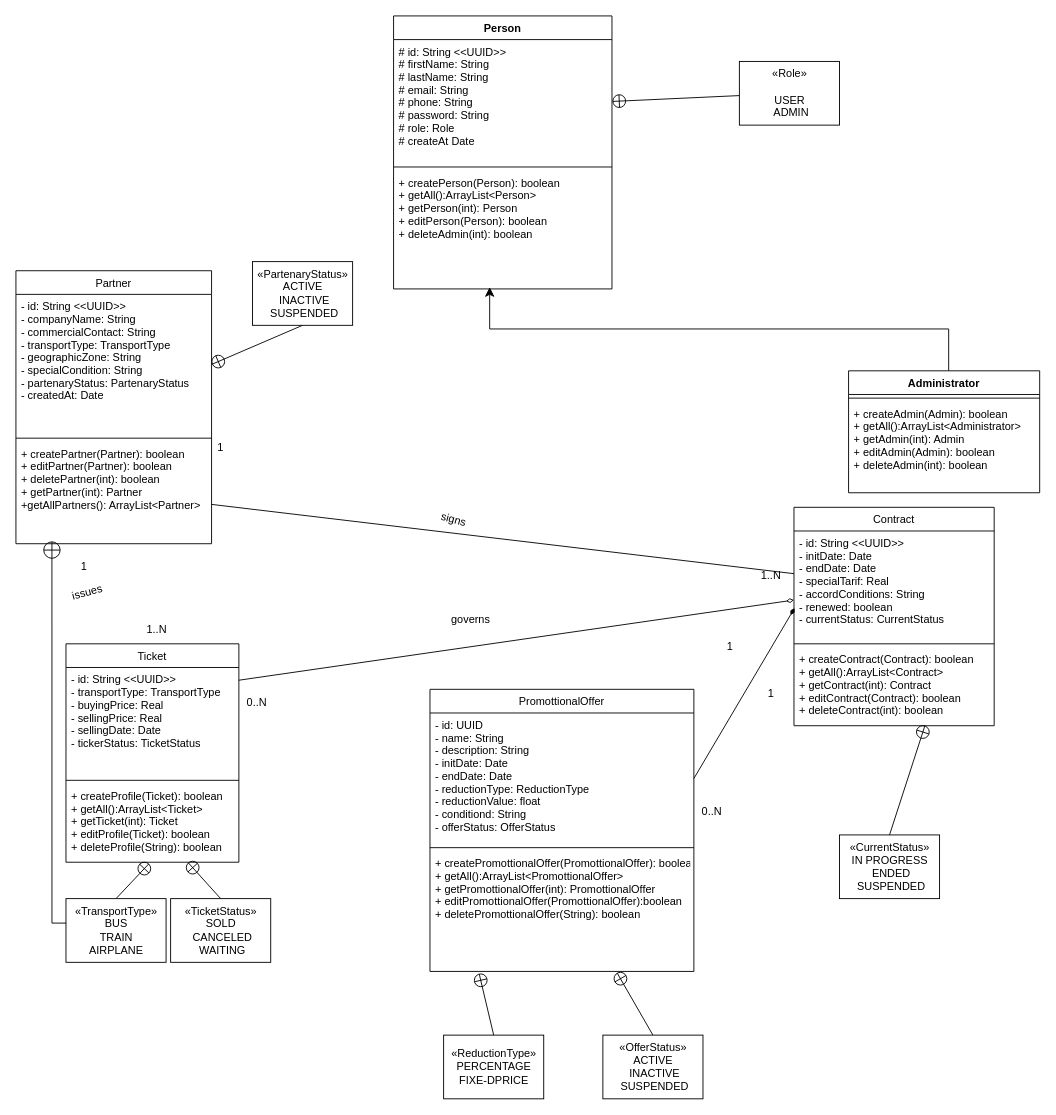
Before: UML/Class.dio in LoussalMohammed/TransportTicket_LoussalMohammed, a draw.io diagram. Source tidied: cells renumbered, new cells numbered last; positions are measured from the earlier drawing's top-left corner, leaving out a move shared by most shapes. Both pictures are drawn from the tidied source at 91%, with x=0, y=0 at pixel (15, 15).
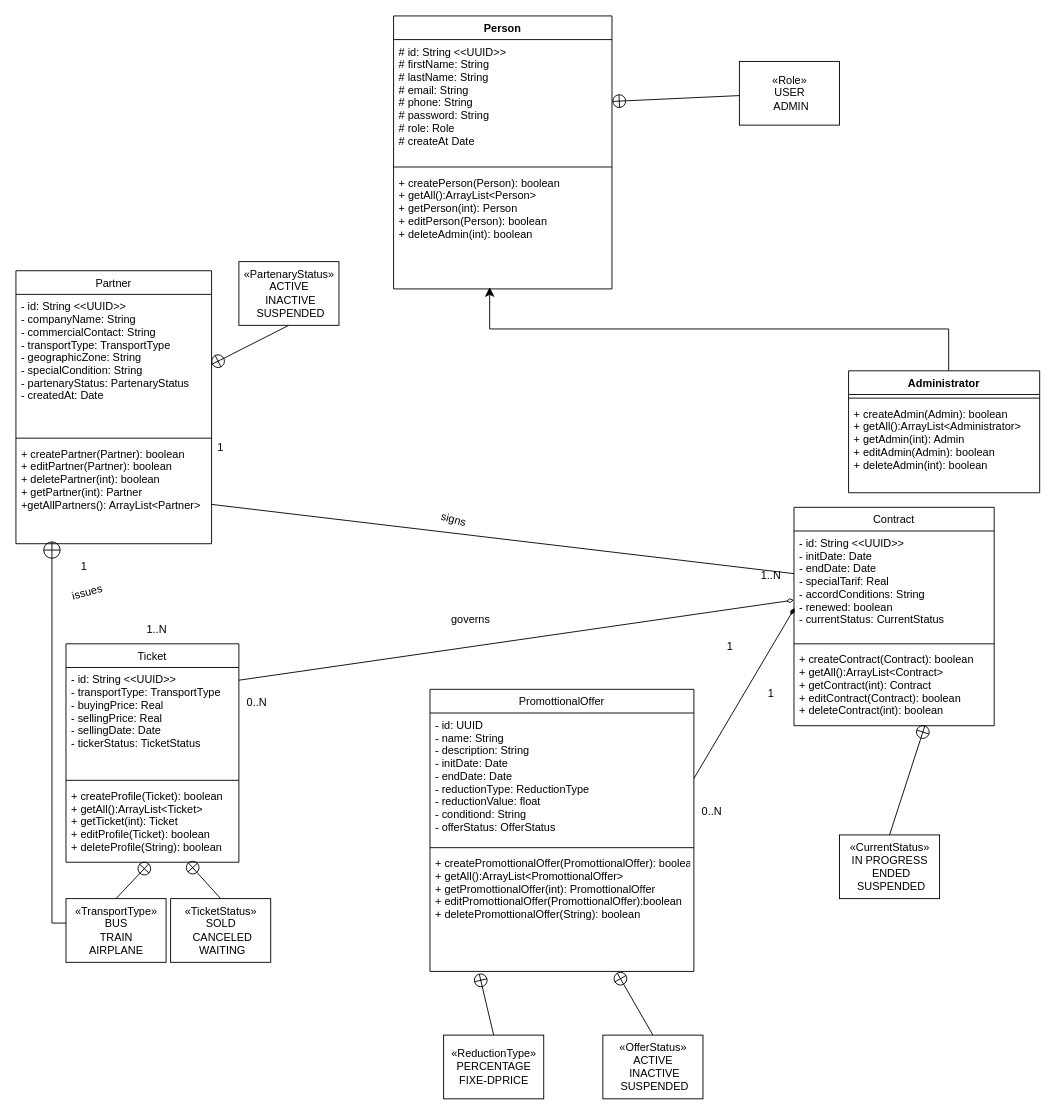
The same page after the edit.

What changed in the source:
```diff
@@
     <mxCell id="41" value="«PartenaryStatus»&lt;br&gt;ACTIVE&lt;br&gt;&amp;nbsp;INACTIVE&lt;br&gt;&amp;nbsp;SUSPENDED" style="html=1;" parent="1" vertex="1">
-      <mxGeometry x="260" y="270" width="110" height="70" as="geometry" />
+      <mxGeometry x="245" y="270" width="110" height="70" as="geometry" />
     </mxCell>
@@
-    <mxCell id="47" value="«Role»&lt;br&gt;&lt;br&gt;USER&lt;br&gt;&amp;nbsp;ADMIN" style="html=1;" parent="1" vertex="1">
+    <mxCell id="47" value="«Role»&lt;br&gt;USER&lt;br&gt;&amp;nbsp;ADMIN" style="html=1;" parent="1" vertex="1">
       <mxGeometry x="795" y="50" width="110" height="70" as="geometry" />
     </mxCell>
```
